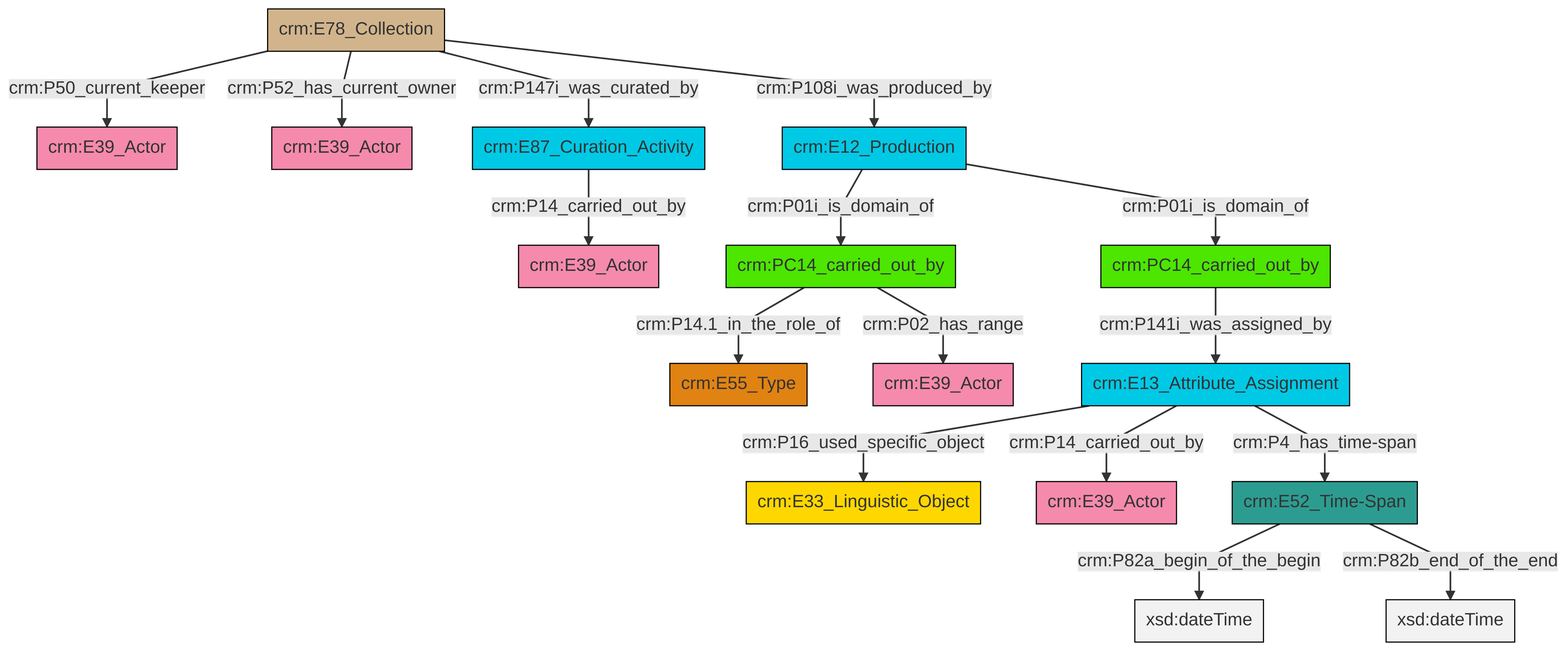
This is et/archivalCSV/ttl/mmd/png/archival_relation.png from swiss-art-research-net/docs.swissartresearch, a Mermaid export, as it was before one commit. Its source is kept beside it as et/archivalCSV/ttl/mmd/archival_relation.ttl.mmd.
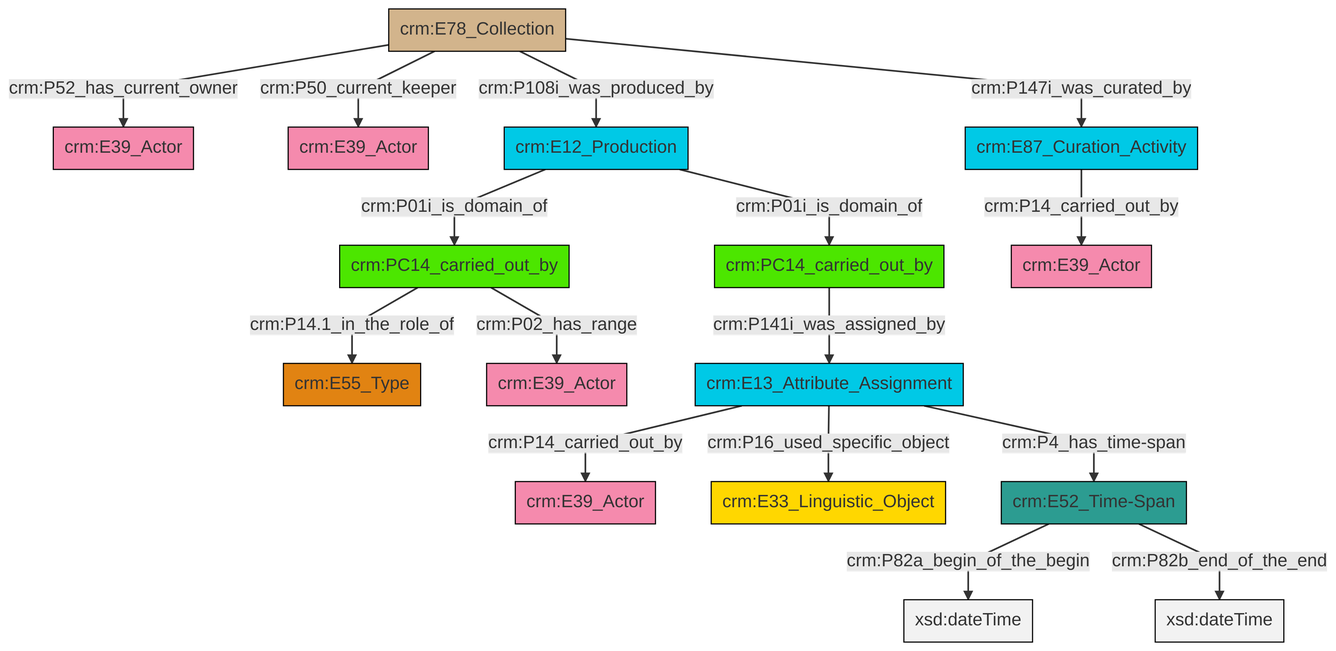
The same diagram one commit later.

Change to the diagram source:
```diff
@@ -13,18 +13,18 @@
 classDef PC_Classes fill:#4ce600, stroke:#000000;
 classDef Multi fill:#cccccc,stroke:#000000;
 
-0["crm:E13_Attribute_Assignment"]:::Temporal_Entity -->|crm:P16_used_specific_object| 1["crm:E33_Linguistic_Object"]:::Conceptual_Object
-5["crm:E78_Collection"]:::Physical_Thing -->|crm:P50_current_keeper| 6["crm:E39_Actor"]:::Actor
-3["crm:E52_Time-Span"]:::Time-Span -->|crm:P82a_begin_of_the_begin| 7[xsd:dateTime]:::Literal
-9["crm:PC14_carried_out_by"]:::PC_Classes -->|crm:P14.1_in_the_role_of| 10["crm:E55_Type"]:::Type
-14["crm:E12_Production"]:::Temporal_Entity -->|crm:P01i_is_domain_of| 9["crm:PC14_carried_out_by"]:::PC_Classes
-5["crm:E78_Collection"]:::Physical_Thing -->|crm:P52_has_current_owner| 15["crm:E39_Actor"]:::Actor
-16["crm:E87_Curation_Activity"]:::Temporal_Entity -->|crm:P14_carried_out_by| 12["crm:E39_Actor"]:::Actor
-5["crm:E78_Collection"]:::Physical_Thing -->|crm:P147i_was_curated_by| 16["crm:E87_Curation_Activity"]:::Temporal_Entity
-3["crm:E52_Time-Span"]:::Time-Span -->|crm:P82b_end_of_the_end| 22[xsd:dateTime]:::Literal
-9["crm:PC14_carried_out_by"]:::PC_Classes -->|crm:P02_has_range| 19["crm:E39_Actor"]:::Actor
-5["crm:E78_Collection"]:::Physical_Thing -->|crm:P108i_was_produced_by| 14["crm:E12_Production"]:::Temporal_Entity
-14["crm:E12_Production"]:::Temporal_Entity -->|crm:P01i_is_domain_of| 23["crm:PC14_carried_out_by"]:::PC_Classes
-0["crm:E13_Attribute_Assignment"]:::Temporal_Entity -->|crm:P14_carried_out_by| 25["crm:E39_Actor"]:::Actor
-23["crm:PC14_carried_out_by"]:::PC_Classes -->|crm:P141i_was_assigned_by| 0["crm:E13_Attribute_Assignment"]:::Temporal_Entity
-0["crm:E13_Attribute_Assignment"]:::Temporal_Entity -->|crm:P4_has_time-span| 3["crm:E52_Time-Span"]:::Time-Span
+4["crm:PC14_carried_out_by"]:::PC_Classes -->|crm:P14.1_in_the_role_of| 5["crm:E55_Type"]:::Type
+2["crm:E87_Curation_Activity"]:::Temporal_Entity -->|crm:P14_carried_out_by| 6["crm:E39_Actor"]:::Actor
+0["crm:E13_Attribute_Assignment"]:::Temporal_Entity -->|crm:P14_carried_out_by| 9["crm:E39_Actor"]:::Actor
+10["crm:E52_Time-Span"]:::Time-Span -->|crm:P82a_begin_of_the_begin| 11[xsd:dateTime]:::Literal
+12["crm:E78_Collection"]:::Physical_Thing -->|crm:P52_has_current_owner| 7["crm:E39_Actor"]:::Actor
+0["crm:E13_Attribute_Assignment"]:::Temporal_Entity -->|crm:P16_used_specific_object| 13["crm:E33_Linguistic_Object"]:::Conceptual_Object
+4["crm:PC14_carried_out_by"]:::PC_Classes -->|crm:P02_has_range| 19["crm:E39_Actor"]:::Actor
+15["crm:E12_Production"]:::Temporal_Entity -->|crm:P01i_is_domain_of| 4["crm:PC14_carried_out_by"]:::PC_Classes
+17["crm:PC14_carried_out_by"]:::PC_Classes -->|crm:P141i_was_assigned_by| 0["crm:E13_Attribute_Assignment"]:::Temporal_Entity
+12["crm:E78_Collection"]:::Physical_Thing -->|crm:P50_current_keeper| 23["crm:E39_Actor"]:::Actor
+0["crm:E13_Attribute_Assignment"]:::Temporal_Entity -->|crm:P4_has_time-span| 10["crm:E52_Time-Span"]:::Time-Span
+15["crm:E12_Production"]:::Temporal_Entity -->|crm:P01i_is_domain_of| 17["crm:PC14_carried_out_by"]:::PC_Classes
+12["crm:E78_Collection"]:::Physical_Thing -->|crm:P108i_was_produced_by| 15["crm:E12_Production"]:::Temporal_Entity
+12["crm:E78_Collection"]:::Physical_Thing -->|crm:P147i_was_curated_by| 2["crm:E87_Curation_Activity"]:::Temporal_Entity
+10["crm:E52_Time-Span"]:::Time-Span -->|crm:P82b_end_of_the_end| 28[xsd:dateTime]:::Literal
```
